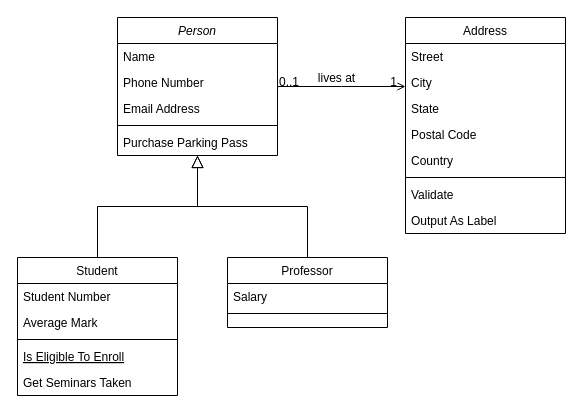
Before: DrawIO/Hola Diagram.drawio in Good-Hola/Hola, a draw.io diagram. Source tidied: cells renumbered, new cells numbered last; positions are measured from the earlier drawing's top-left corner, leaving out a move shared by most shapes. Both pictures are drawn from the tidied source at 100%, with x=0, y=0 at pixel (17, 17).
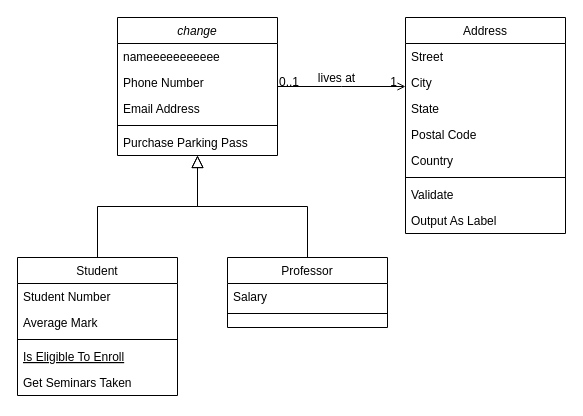
The same diagram, later.

Change to the diagram source:
```diff
@@
-    <mxCell id="2" value="Person" style="swimlane;fontStyle=2;align=center;verticalAlign=top;horizontal=1;startSize=26;rounded=0;shadow=0;strokeWidth=1;" parent="1" vertex="1">
+    <mxCell id="2" value="change&#10;" style="swimlane;fontStyle=2;align=center;verticalAlign=top;horizontal=1;startSize=26;rounded=0;shadow=0;strokeWidth=1;" parent="1" vertex="1">
       <mxGeometry x="100" width="160" height="138" as="geometry" />
     </mxCell>
-    <mxCell id="3" value="Name" style="text;align=left;verticalAlign=top;spacingLeft=4;spacingRight=4;overflow=hidden;" parent="2" vertex="1">
+    <mxCell id="3" value="nameeeeeeeeeee&#10;" style="text;align=left;verticalAlign=top;spacingLeft=4;spacingRight=4;overflow=hidden;" parent="2" vertex="1">
       <mxGeometry y="26" width="160" height="26" as="geometry" />
     </mxCell>
```
